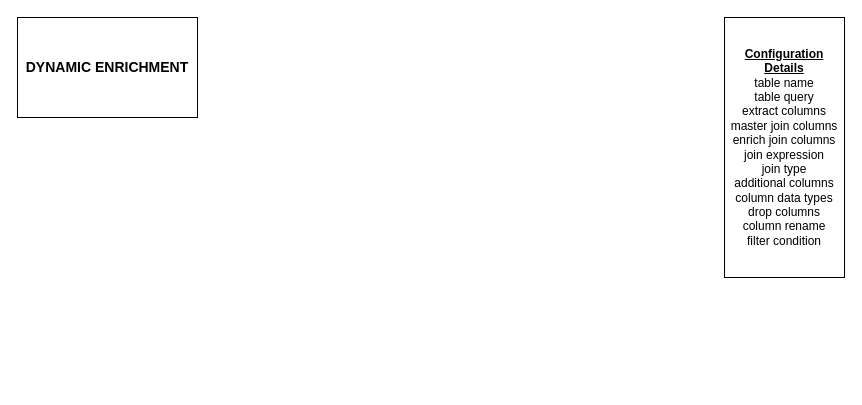
This is page "enrichment" (2 of 2) of JSONParsing.drawio from praneethsai83/GenericProcessing, a draw.io file, before an edit. Source tidied: cells renumbered, new cells numbered last; positions are measured from the earlier drawing's top-left corner, leaving out a move shared by most shapes. Both pictures are drawn from the tidied source at 100%, with x=0, y=0 at pixel (17, 17).
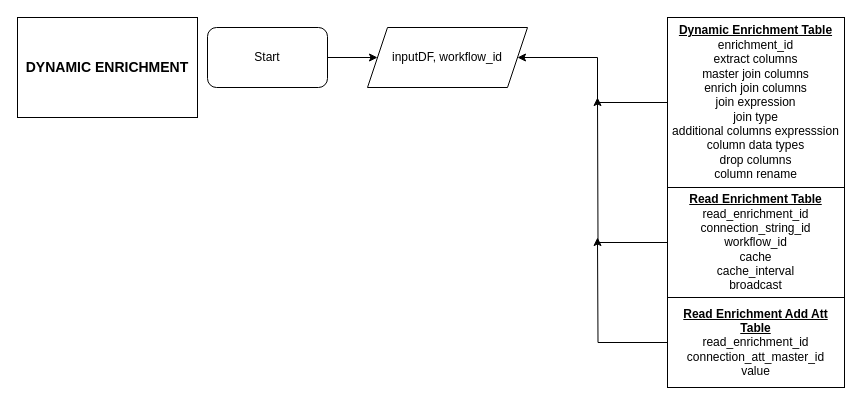
Above is the later version.

The edit, as a diff of the source:
```diff
@@
 <mxGraphModel>
   <root>
     <mxCell id="0" />
     <mxCell id="1" parent="0" />
+    <mxCell id="4" style="edgeStyle=orthogonalEdgeStyle;rounded=0;jettySize=auto;html=1;" parent="1" edge="1" source="2" target="11">
+      <mxGeometry relative="1" as="geometry" />
+    </mxCell>
-    <mxCell id="2" value="&lt;b&gt;&lt;u&gt;Configuration Details&lt;/u&gt;&lt;/b&gt;&lt;br&gt;table name&lt;br&gt;table query&lt;br&gt;extract columns&lt;br&gt;master join columns&lt;br&gt;enrich join columns&lt;br&gt;join expression&lt;br&gt;join type&lt;br&gt;additional columns&lt;br&gt;column data types&lt;br&gt;drop columns&lt;br&gt;column rename&lt;br&gt;filter condition" style="rounded=0;whiteSpace=wrap;html=1;" parent="1" vertex="1">
-      <mxGeometry x="707" width="120" height="260" as="geometry" />
+    <mxCell id="2" value="&lt;b&gt;&lt;u&gt;Dynamic Enrichment Table&lt;/u&gt;&lt;/b&gt;&lt;br&gt;enrichment_id&lt;br&gt;extract columns&lt;br&gt;master join columns&lt;br&gt;enrich join columns&lt;br&gt;join expression&lt;br&gt;join type&lt;br&gt;additional columns expresssion&lt;br&gt;column data types&lt;br&gt;drop columns&lt;br&gt;column rename" style="rounded=0;whiteSpace=wrap;html=1;" parent="1" vertex="1">
+      <mxGeometry x="650" width="177" height="170" as="geometry" />
     </mxCell>
     <mxCell id="3" value="&lt;b&gt;&lt;font style=&quot;font-size: 14px&quot;&gt;DYNAMIC ENRICHMENT&lt;/font&gt;&lt;/b&gt;" style="whiteSpace=wrap;html=1;" parent="1" vertex="1">
       <mxGeometry width="180" height="100" as="geometry" />
     </mxCell>
+    <mxCell id="5" style="edgeStyle=orthogonalEdgeStyle;rounded=0;jettySize=auto;html=1;" parent="1" edge="1" source="6" target="11">
+      <mxGeometry relative="1" as="geometry" />
+    </mxCell>
+    <mxCell id="6" value="Start" style="rounded=1;whiteSpace=wrap;html=1;" parent="1" vertex="1">
+      <mxGeometry x="190" y="10" width="120" height="60" as="geometry" />
+    </mxCell>
+    <mxCell id="7" style="edgeStyle=orthogonalEdgeStyle;rounded=0;jettySize=auto;html=1;" parent="1" edge="1" source="8">
+      <mxGeometry relative="1" as="geometry">
+        <mxPoint x="580" y="80" as="targetPoint" />
+      </mxGeometry>
+    </mxCell>
+    <mxCell id="8" value="&lt;b&gt;&lt;u&gt;Read Enrichment Table&lt;/u&gt;&lt;/b&gt;&lt;br&gt;read_enrichment_id&lt;br&gt;connection_string_id&lt;br&gt;workflow_id&lt;br&gt;cache&lt;br&gt;cache_interval&lt;br&gt;broadcast" style="rounded=0;whiteSpace=wrap;html=1;" parent="1" vertex="1">
+      <mxGeometry x="650" y="170" width="177" height="110" as="geometry" />
+    </mxCell>
+    <mxCell id="9" style="edgeStyle=orthogonalEdgeStyle;rounded=0;jettySize=auto;html=1;" parent="1" edge="1" source="10">
+      <mxGeometry relative="1" as="geometry">
+        <mxPoint x="580" y="220" as="targetPoint" />
+      </mxGeometry>
+    </mxCell>
+    <mxCell id="10" value="&lt;b&gt;&lt;u&gt;Read Enrichment Add Att Table&lt;/u&gt;&lt;/b&gt;&lt;br&gt;read_enrichment_id&lt;br&gt;connection_att_master_id&lt;br&gt;value" style="rounded=0;whiteSpace=wrap;html=1;" parent="1" vertex="1">
+      <mxGeometry x="650" y="280" width="177" height="90" as="geometry" />
+    </mxCell>
+    <mxCell id="11" value="inputDF, workflow_id" style="shape=parallelogram;perimeter=parallelogramPerimeter;whiteSpace=wrap;html=1;fixedSize=1;" parent="1" vertex="1">
+      <mxGeometry x="350" y="10" width="160" height="60" as="geometry" />
+    </mxCell>
   </root>
 </mxGraphModel>
```
